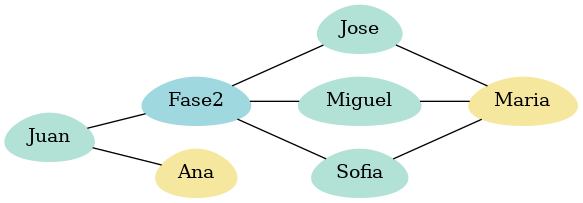
Above: Fase2/SocialStructure/salida/graph_friends.png in lurdesss/-EDD-Proyecto_202103763 (Graphviz), before the change. Its source is kept beside it as Fase2/SocialStructure/salida/graph_friends.dot.
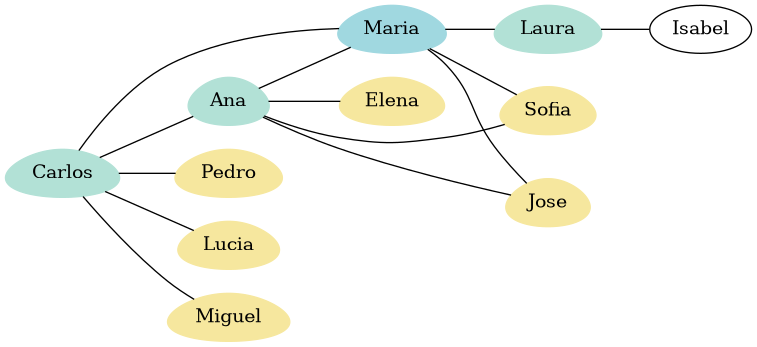
The same file after the commit.

Change to the diagram source:
```diff
@@ -1,23 +1,28 @@
 graph G{
 rankdir=LR;
-Fase2 [color="#A0D8E0", fontcolor="black", style="filled", shape="egg"];
-Fase2 -- Jose;
-Jose [color="#B2E1D6", fontcolor="black", style="filled", shape="egg"];
-Fase2 -- Miguel;
-Miguel [color="#B2E1D6", fontcolor="black", style="filled", shape="egg"];
-Fase2 -- Sofia;
-Sofia [color="#B2E1D6", fontcolor="black", style="filled", shape="egg"];
-Juan -- Fase2;
-Juan [color="#B2E1D6", fontcolor="black", style="filled", shape="egg"];
-Juan -- Ana;
+Maria [color="#A0D8E0", fontcolor="black", style="filled", shape="egg"];
+Maria -- Jose;
+Maria -- Sofia;
+Maria -- Laura;
+Laura [color="#B2E1D6", fontcolor="black", style="filled", shape="egg"];
+Carlos -- Maria;
+Carlos [color="#B2E1D6", fontcolor="black", style="filled", shape="egg"];
+Carlos -- Ana;
 Ana [color="#F6E79E", fontcolor="black", style="filled", shape="egg"];
-Jose [color="#B2E1D6", fontcolor="black", style="filled", shape="egg"];
-Jose -- Maria;
-Maria [color="#F6E79E", fontcolor="black", style="filled", shape="egg"];
-Miguel [color="#B2E1D6", fontcolor="black", style="filled", shape="egg"];
-Miguel -- Maria;
-Maria [color="#F6E79E", fontcolor="black", style="filled", shape="egg"];
-Sofia [color="#B2E1D6", fontcolor="black", style="filled", shape="egg"];
-Sofia -- Maria;
-Maria [color="#F6E79E", fontcolor="black", style="filled", shape="egg"];
+Carlos -- Pedro;
+Pedro [color="#F6E79E", fontcolor="black", style="filled", shape="egg"];
+Carlos -- Lucia;
+Lucia [color="#F6E79E", fontcolor="black", style="filled", shape="egg"];
+Carlos -- Miguel;
+Miguel [color="#F6E79E", fontcolor="black", style="filled", shape="egg"];
+Ana -- Maria;
+Ana [color="#B2E1D6", fontcolor="black", style="filled", shape="egg"];
+Ana -- Jose;
+Jose [color="#F6E79E", fontcolor="black", style="filled", shape="egg"];
+Ana -- Sofia;
+Sofia [color="#F6E79E", fontcolor="black", style="filled", shape="egg"];
+Ana -- Elena;
+Elena [color="#F6E79E", fontcolor="black", style="filled", shape="egg"];
+Laura [color="#B2E1D6", fontcolor="black", style="filled", shape="egg"];
+Laura -- Isabel;
 }
```
